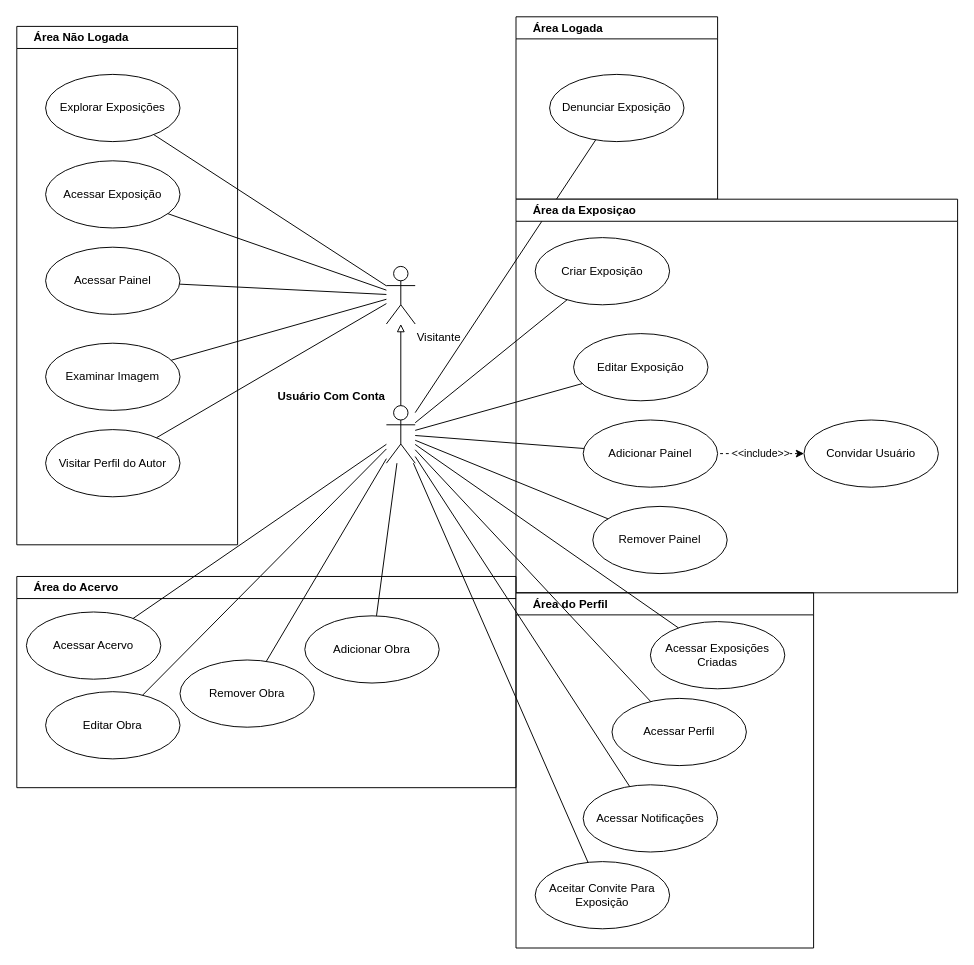
The draw.io diagram page "Casos de Uso" (6 of 7) of UnderExpo.drawio in GustavoDeOliveira/underexpo, before the edit. Source tidied: cells renumbered, new cells numbered last; positions are measured from the earlier drawing's top-left corner, leaving out a move shared by most shapes. Both pictures are drawn from the tidied source at 96%, with x=0, y=0 at pixel (16, 16).
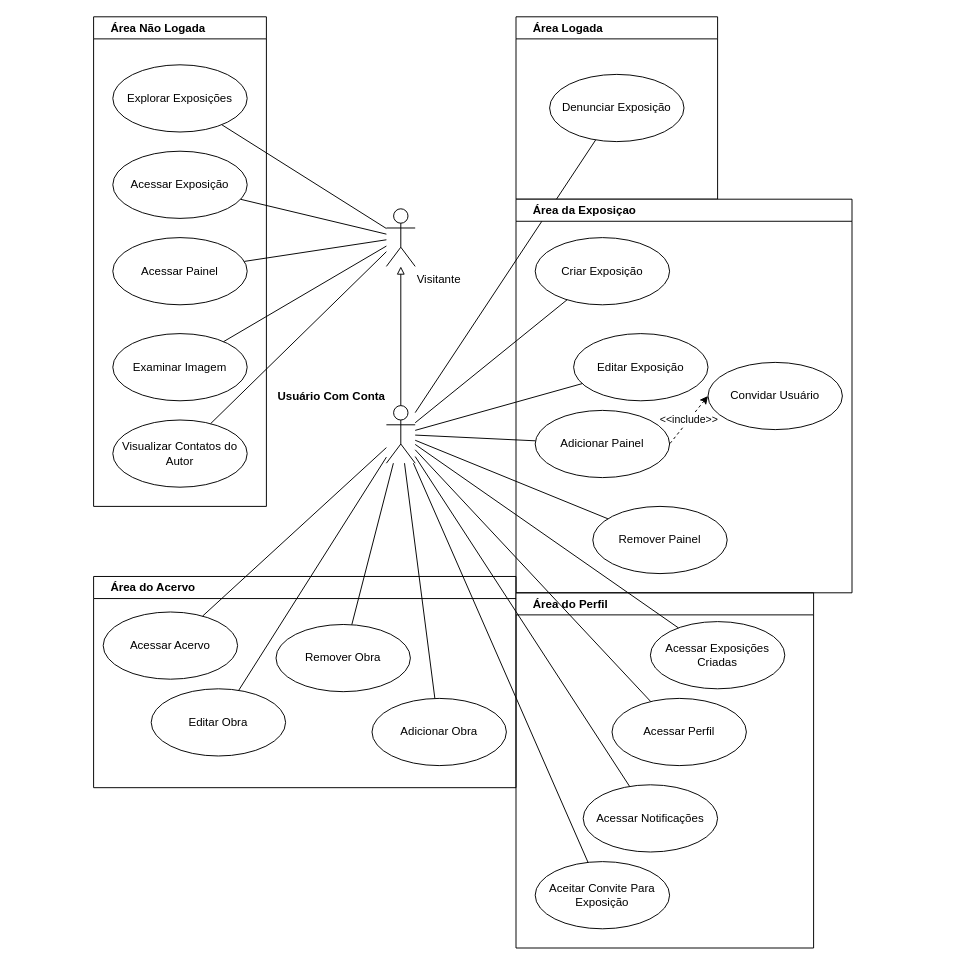
After the change.

Change to the diagram source:
```diff
@@
     <mxCell id="2" value="Área do Acervo" style="swimlane;whiteSpace=wrap;html=1;align=left;spacingLeft=16;" parent="1" vertex="1">
-      <mxGeometry y="583" width="520" height="220" as="geometry" />
+      <mxGeometry x="80" y="583" width="440" height="220" as="geometry" />
     </mxCell>
@@
     <mxCell id="4" value="Editar Obra" style="ellipse;whiteSpace=wrap;html=1;" parent="2" vertex="1">
-      <mxGeometry x="30" y="120" width="140" height="70" as="geometry" />
+      <mxGeometry x="60" y="117" width="140" height="70" as="geometry" />
     </mxCell>
     <mxCell id="5" value="Remover Obra" style="ellipse;whiteSpace=wrap;html=1;" parent="2" vertex="1">
-      <mxGeometry x="170" y="87" width="140" height="70" as="geometry" />
+      <mxGeometry x="190" y="50" width="140" height="70" as="geometry" />
     </mxCell>
     <mxCell id="6" value="Adicionar Obra" style="ellipse;whiteSpace=wrap;html=1;" parent="2" vertex="1">
-      <mxGeometry x="300" y="41" width="140" height="70" as="geometry" />
+      <mxGeometry x="290" y="127" width="140" height="70" as="geometry" />
     </mxCell>
@@
     <mxCell id="13" value="Visitante" style="shape=umlActor;verticalLabelPosition=bottom;verticalAlign=top;html=1;labelPosition=right;align=left;" parent="1" vertex="1">
-      <mxGeometry x="385" y="260" width="30" height="60" as="geometry" />
+      <mxGeometry x="385" y="200" width="30" height="60" as="geometry" />
     </mxCell>
@@
     <mxCell id="17" value="Área Não Logada" style="swimlane;whiteSpace=wrap;html=1;align=left;spacingLeft=16;" parent="1" vertex="1">
-      <mxGeometry y="10" width="230" height="540" as="geometry" />
+      <mxGeometry x="80" width="180" height="510" as="geometry" />
     </mxCell>
     <mxCell id="18" value="Explorar Exposições" style="ellipse;whiteSpace=wrap;html=1;" parent="17" vertex="1">
-      <mxGeometry x="30" y="50" width="140" height="70" as="geometry" />
+      <mxGeometry x="20" y="50" width="140" height="70" as="geometry" />
     </mxCell>
     <mxCell id="19" value="Acessar Exposição" style="ellipse;whiteSpace=wrap;html=1;" parent="17" vertex="1">
-      <mxGeometry x="30" y="140" width="140" height="70" as="geometry" />
+      <mxGeometry x="20" y="140" width="140" height="70" as="geometry" />
     </mxCell>
     <mxCell id="20" value="Acessar Painel" style="ellipse;whiteSpace=wrap;html=1;" parent="17" vertex="1">
-      <mxGeometry x="30" y="230" width="140" height="70" as="geometry" />
+      <mxGeometry x="20" y="230" width="140" height="70" as="geometry" />
     </mxCell>
-    <mxCell id="21" value="Visitar Perfil do Autor" style="ellipse;whiteSpace=wrap;html=1;" parent="17" vertex="1">
-      <mxGeometry x="30" y="420" width="140" height="70" as="geometry" />
+    <mxCell id="21" value="Visualizar Contatos do Autor" style="ellipse;whiteSpace=wrap;html=1;" parent="17" vertex="1">
+      <mxGeometry x="20" y="420" width="140" height="70" as="geometry" />
     </mxCell>
     <mxCell id="22" value="Examinar Imagem" style="ellipse;whiteSpace=wrap;html=1;" parent="17" vertex="1">
-      <mxGeometry x="30" y="330" width="140" height="70" as="geometry" />
+      <mxGeometry x="20" y="330" width="140" height="70" as="geometry" />
     </mxCell>
@@
     <mxCell id="26" value="Área da Exposiçao" style="swimlane;whiteSpace=wrap;html=1;align=left;spacingLeft=16;" parent="1" vertex="1">
-      <mxGeometry x="520" y="190" width="460" height="410" as="geometry" />
+      <mxGeometry x="520" y="190" width="350" height="410" as="geometry" />
     </mxCell>
@@
     <mxCell id="30" value="Adicionar Painel" style="ellipse;whiteSpace=wrap;html=1;" parent="26" vertex="1">
-      <mxGeometry x="70" y="230" width="140" height="70" as="geometry" />
+      <mxGeometry x="20" y="220" width="140" height="70" as="geometry" />
     </mxCell>
     <mxCell id="31" value="Convidar Usuário" style="ellipse;whiteSpace=wrap;html=1;" parent="26" vertex="1">
-      <mxGeometry x="300" y="230" width="140" height="70" as="geometry" />
+      <mxGeometry x="200" y="170" width="140" height="70" as="geometry" />
     </mxCell>
```
